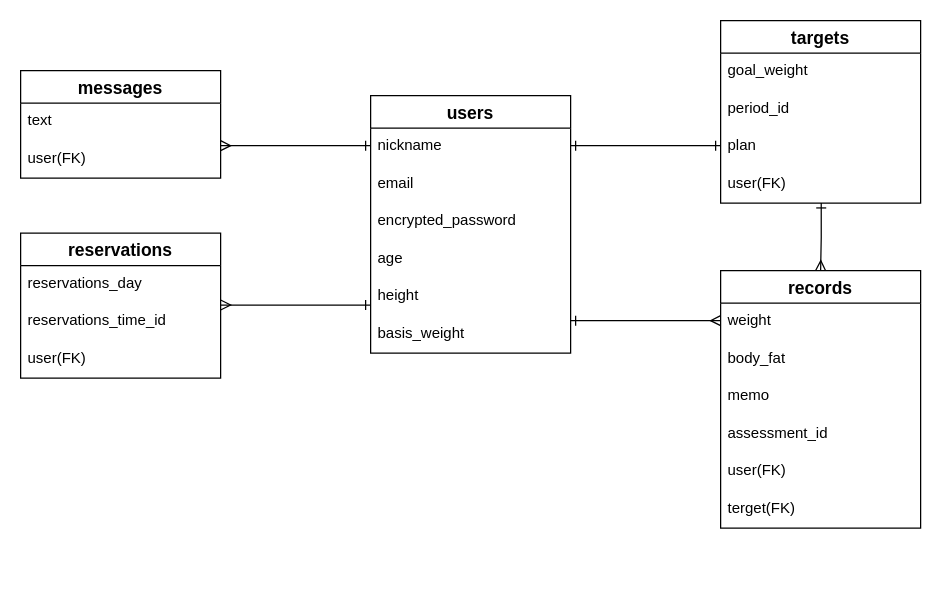
This is supporter_app.dio from yu9n03/supporter_app, a draw.io file, before an edit. Source tidied: cells renumbered, new cells numbered last; positions are measured from the earlier drawing's top-left corner, leaving out a move shared by most shapes. Both pictures are drawn from the tidied source at 125%, with x=0, y=0 at pixel (20, 20).
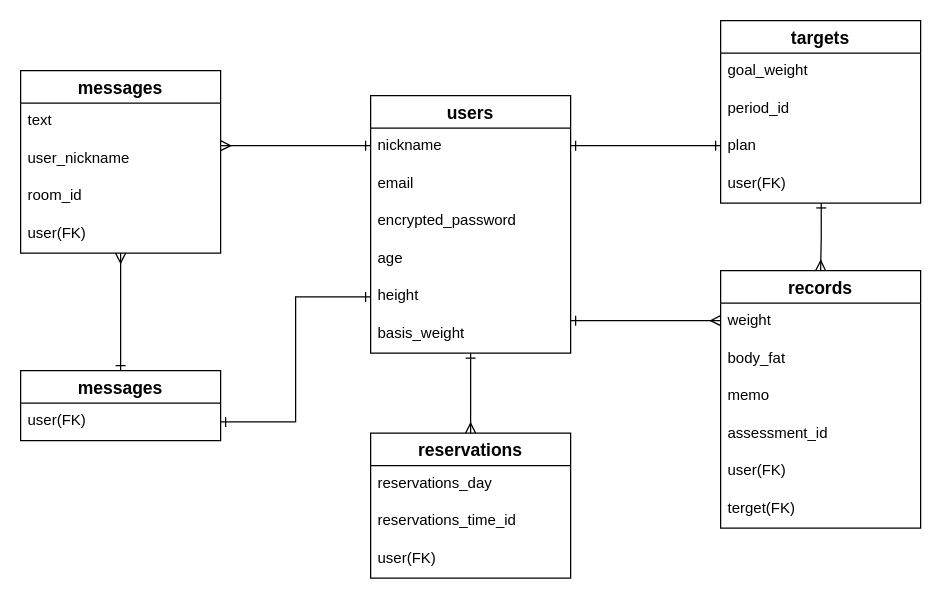
The same diagram, later.

Commit message (it also covers changes not shown here):
ER図とREADMEの修正

Unchanged cells that the change refers to:
```xml
<mxCell id="7" value="height" style="text;strokeColor=none;fillColor=none;spacingLeft=4;spacingRight=4;overflow=hidden;points=[[0,0.5],[1,0.5]];portConstraint=eastwest;fontSize=12;" parent="2" vertex="1">
  <mxGeometry y="146" width="160" height="30" as="geometry" />
</mxCell>
```

What changed in the source:
```diff
@@
     <mxCell id="21" value="messages" style="swimlane;fontStyle=1;horizontal=1;startSize=26;align=center;fontSize=14;" parent="1" vertex="1">
-      <mxGeometry y="40" width="160" height="86" as="geometry" />
+      <mxGeometry y="40" width="160" height="146" as="geometry" />
     </mxCell>
@@
+    <mxCell id="33" value="user_nickname" style="text;strokeColor=none;fillColor=none;spacingLeft=4;spacingRight=4;overflow=hidden;fontSize=12;" parent="21" vertex="1">
+      <mxGeometry y="56" width="160" height="30" as="geometry" />
+    </mxCell>
+    <mxCell id="34" value="room_id" style="text;strokeColor=none;fillColor=none;spacingLeft=4;spacingRight=4;overflow=hidden;fontSize=12;" parent="21" vertex="1">
+      <mxGeometry y="86" width="160" height="30" as="geometry" />
+    </mxCell>
     <mxCell id="23" value="user(FK)" style="text;strokeColor=none;fillColor=none;spacingLeft=4;spacingRight=4;overflow=hidden;fontSize=12;" parent="21" vertex="1">
-      <mxGeometry y="56" width="160" height="30" as="geometry" />
+      <mxGeometry y="116" width="160" height="30" as="geometry" />
     </mxCell>
     <mxCell id="24" value="reservations" style="swimlane;fontStyle=1;horizontal=1;startSize=26;align=center;fontSize=14;" parent="1" vertex="1">
-      <mxGeometry y="170" width="160" height="116" as="geometry" />
+      <mxGeometry x="280" y="330" width="160" height="116" as="geometry" />
     </mxCell>
@@
-    <mxCell id="29" style="endArrow=ERone;html=1;rounded=0;endFill=0;startArrow=ERmany;startFill=0;" parent="1" edge="1">
+    <mxCell id="29" style="endArrow=ERone;html=1;rounded=0;endFill=0;startArrow=ERmany;startFill=0;exitX=0.5;exitY=0;exitDx=0;exitDy=0;" parent="1" edge="1" source="24">
       <mxGeometry relative="1" as="geometry">
-        <mxPoint x="160" y="227.5" as="sourcePoint" />
-        <mxPoint x="280" y="227.5" as="targetPoint" />
+        <mxPoint x="360" y="266" as="targetPoint" />
       </mxGeometry>
     </mxCell>
@@
+    <mxCell id="35" style="edgeStyle=orthogonalEdgeStyle;rounded=0;jettySize=auto;html=1;entryX=0.5;entryY=1;entryDx=0;entryDy=0;startArrow=ERone;startFill=0;endArrow=ERmany;endFill=0;" parent="1" edge="1" source="36" target="21">
+      <mxGeometry relative="1" as="geometry" />
+    </mxCell>
+    <mxCell id="36" value="messages" style="swimlane;fontStyle=1;horizontal=1;startSize=26;align=center;fontSize=14;" parent="1" vertex="1">
+      <mxGeometry y="280" width="160" height="56" as="geometry" />
+    </mxCell>
+    <mxCell id="37" value="user(FK)" style="text;strokeColor=none;fillColor=none;spacingLeft=4;spacingRight=4;overflow=hidden;points=[[0,0.5],[1,0.5]];portConstraint=eastwest;fontSize=12;" parent="36" vertex="1">
+      <mxGeometry y="26" width="160" height="30" as="geometry" />
+    </mxCell>
+    <mxCell id="38" style="edgeStyle=orthogonalEdgeStyle;rounded=0;jettySize=auto;html=1;startArrow=ERone;startFill=0;endArrow=ERone;endFill=0;entryX=0;entryY=0.5;entryDx=0;entryDy=0;" parent="1" edge="1" source="37" target="7">
+      <mxGeometry relative="1" as="geometry" />
+    </mxCell>
```
